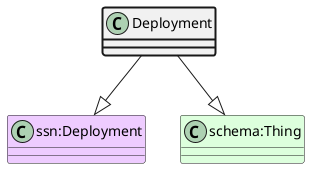
Earlier version of the PlantUML export ttl_uml/ttl_appn_Deployment.png (aus-plant-phenomics-network/appn-schema).
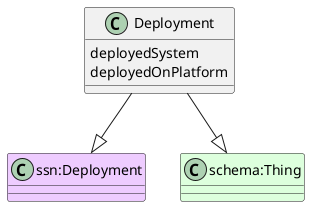
The same file after the commit.

Diff of the diagram source:
```diff
@@ -4,4 +4,10 @@
 Deployment --|> "ssn:Deployment"
 class "schema:Thing" #DDFFDD
 Deployment --|> "schema:Thing"
+class Deployment {
+    deployedSystem
+}
+class Deployment {
+    deployedOnPlatform
+}
 @enduml
```
